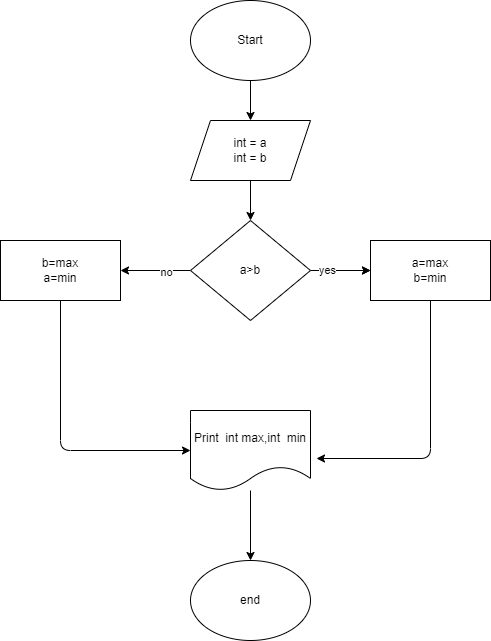
This is dz_sem_01/zadacha01/ex01.drawio.png from DmitryDyakov01/lessons, a draw.io export, as it was before one commit. Source tidied: cells renumbered, new cells last; positions are measured from the earlier drawing's top-left corner, leaving out a move shared by most shapes.
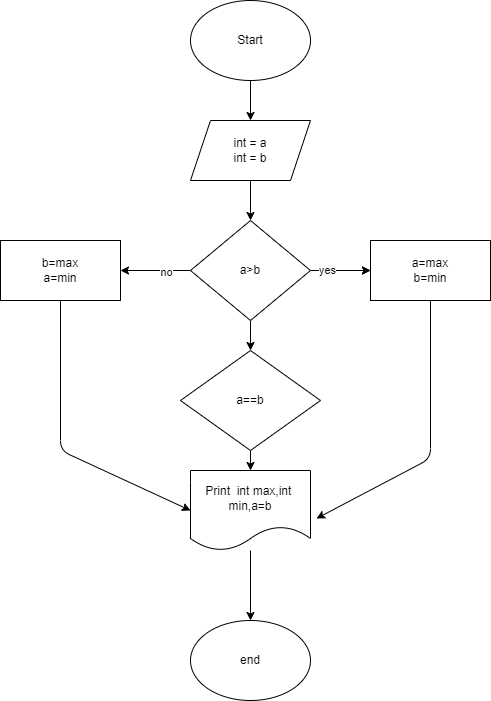
The same diagram one commit later.

Commit message:
Пытаюсь еще  доработать программу

The edit, as a diff of the source:
```diff
@@ -29,6 +29,9 @@
     <mxCell id="10" value="no" style="edgeLabel;html=1;align=center;verticalAlign=middle;" parent="9" vertex="1">
       <mxGeometry x="-0.28" y="1" relative="1" as="geometry" />
     </mxCell>
+    <mxCell id="19" style="edgeStyle=none;html=1;" parent="1" edge="1" source="11" target="21">
+      <mxGeometry relative="1" as="geometry" />
+    </mxCell>
     <mxCell id="11" value="a&amp;gt;b" style="rhombus;whiteSpace=wrap;html=1;" parent="1" vertex="1">
       <mxGeometry x="190" y="220" width="120" height="100" as="geometry" />
     </mxCell>
@@ -55,11 +58,17 @@
     <mxCell id="16" style="edgeStyle=none;html=1;" parent="1" edge="1" source="17" target="18">
       <mxGeometry relative="1" as="geometry" />
     </mxCell>
-    <mxCell id="17" value="Print&amp;nbsp; int max,int&amp;nbsp; min" style="shape=document;whiteSpace=wrap;html=1;boundedLbl=1;" parent="1" vertex="1">
-      <mxGeometry x="190" y="410" width="120" height="80" as="geometry" />
+    <mxCell id="17" value="Print&amp;nbsp; int max,int&amp;nbsp; min,a=b" style="shape=document;whiteSpace=wrap;html=1;boundedLbl=1;" parent="1" vertex="1">
+      <mxGeometry x="190" y="470" width="120" height="80" as="geometry" />
     </mxCell>
     <mxCell id="18" value="end" style="ellipse;whiteSpace=wrap;html=1;" parent="1" vertex="1">
-      <mxGeometry x="190" y="560" width="120" height="80" as="geometry" />
+      <mxGeometry x="190" y="620" width="120" height="80" as="geometry" />
     </mxCell>
+    <mxCell id="20" style="edgeStyle=none;html=1;" parent="1" edge="1" source="21" target="17">
+      <mxGeometry relative="1" as="geometry" />
+    </mxCell>
+    <mxCell id="21" value="a==b" style="rhombus;whiteSpace=wrap;html=1;" parent="1" vertex="1">
+      <mxGeometry x="180" y="350" width="140" height="100" as="geometry" />
+    </mxCell>
   </root>
 </mxGraphModel>
```
